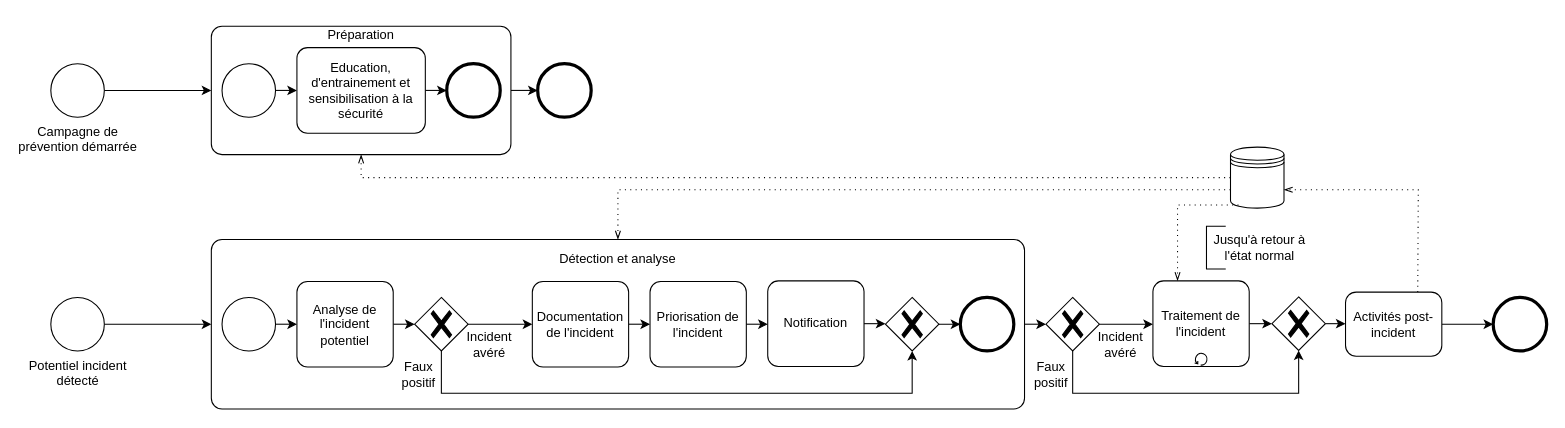
The draw.io diagram page "Page-2" (2 of 2) of standards/NIST.drawio in netmme/cyber-diagramme-d-activites, before the edit. Source tidied: cells renumbered, new cells numbered last; positions are measured from the earlier drawing's top-left corner, leaving out a move shared by most shapes. Both pictures are drawn from the tidied source at 107%, with x=0, y=0 at pixel (50, 18).
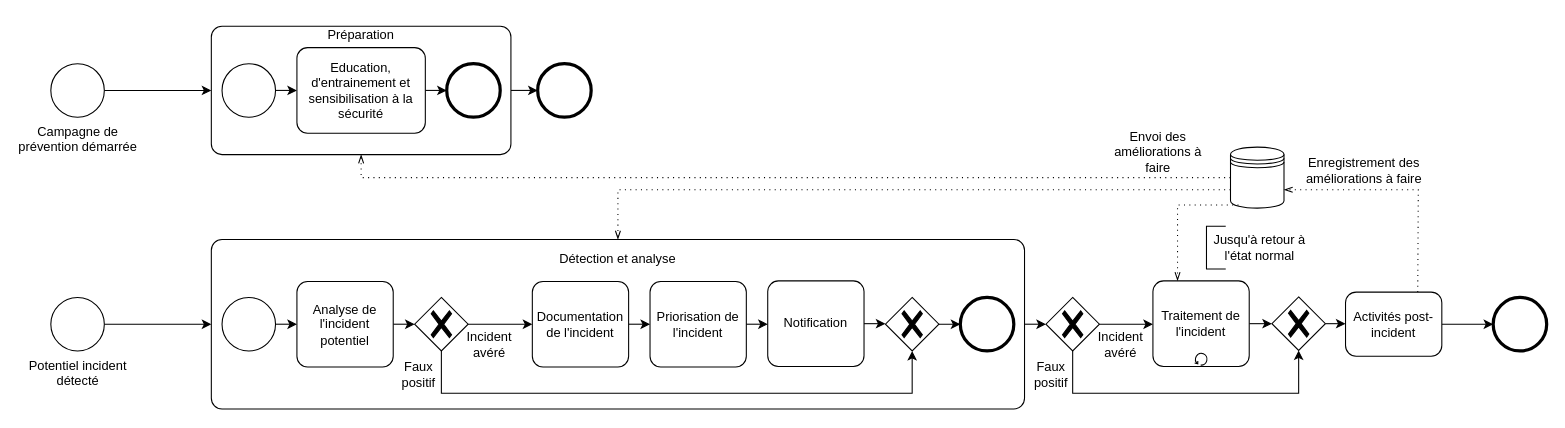
The same page after the edit.

Commit message:
ajout label

Change to the diagram source:
```diff
@@
+    <mxCell id="56" value="Enregistrement des améliorations à faire" style="text;html=1;strokeColor=none;fillColor=none;align=center;verticalAlign=middle;whiteSpace=wrap;rounded=0;" parent="1" vertex="1">
+      <mxGeometry x="1170" y="127" width="115" height="30" as="geometry" />
+    </mxCell>
+    <mxCell id="57" value="Envoi des améliorations à faire" style="text;html=1;strokeColor=none;fillColor=none;align=center;verticalAlign=middle;whiteSpace=wrap;rounded=0;" parent="1" vertex="1">
+      <mxGeometry x="980" y="110" width="110" height="30" as="geometry" />
+    </mxCell>
```
